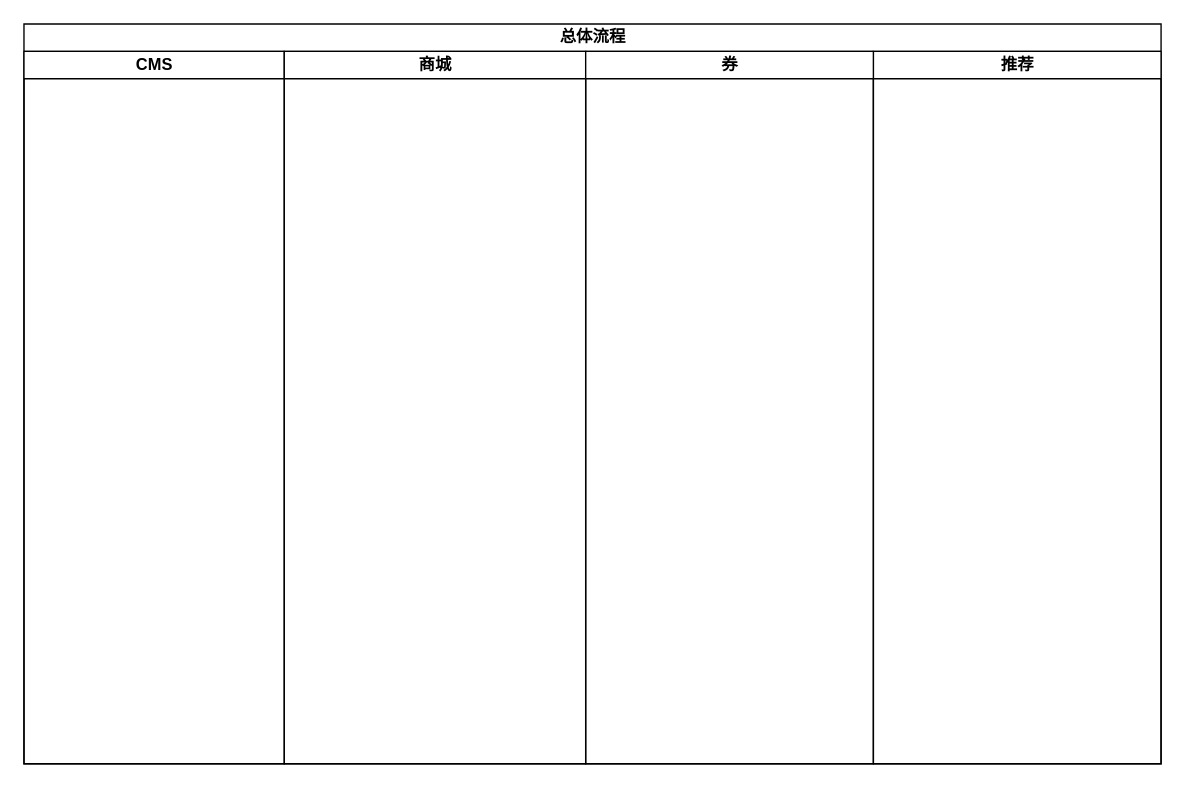
Above: 迭代/商城优惠券列表支持跳转/总体流程.drawio in gjie1991/draw (draw.io), before the change. Source tidied: cells renumbered, new cells numbered last; positions are measured from the earlier drawing's top-left corner, leaving out a move shared by most shapes. Both pictures are drawn from the tidied source at 137%, with x=0, y=0 at pixel (23, 23).
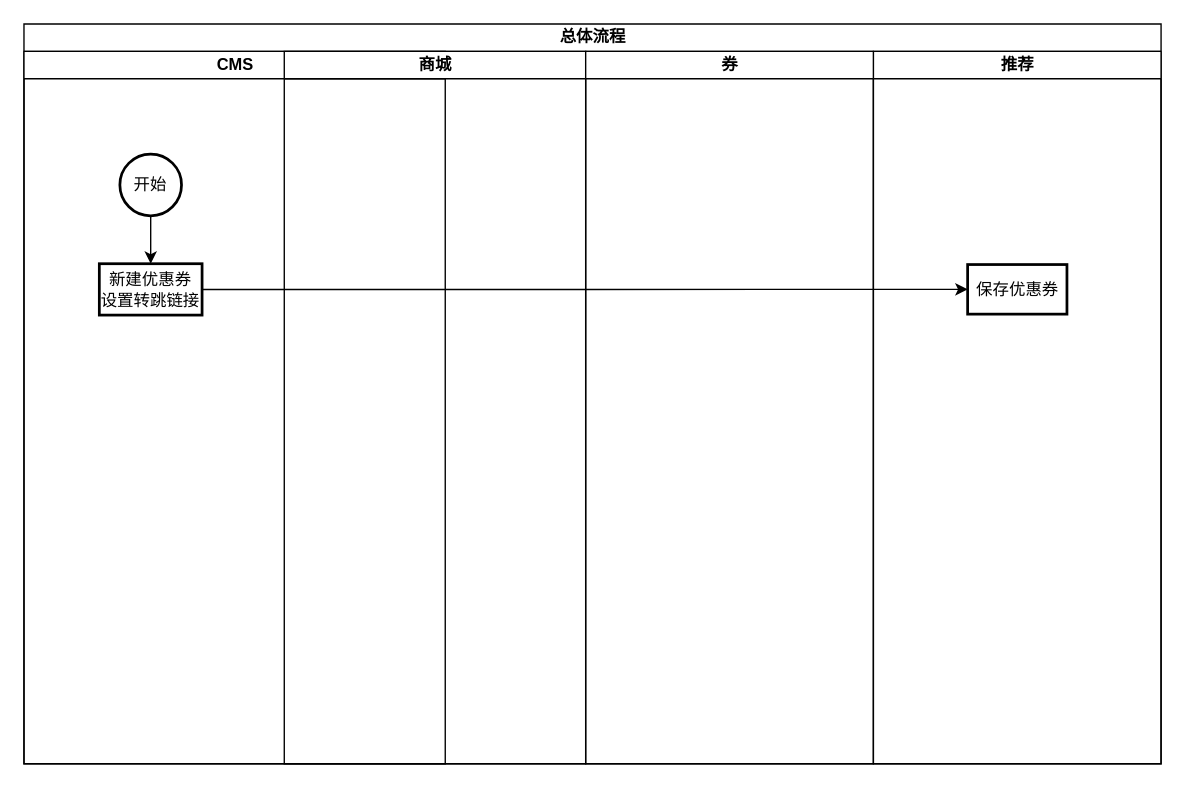
The same page after the edit.

Commit message (it also covers changes not shown here):
更新总体流程.drawio

Diff of the diagram source:
```diff
@@
 <mxGraphModel>
   <root>
     <mxCell id="0" />
     <mxCell id="1" parent="0" />
     <mxCell id="2" value="总体流程" style="swimlane;startSize=20;html=1;" parent="1" vertex="1">
       <mxGeometry width="830" height="540" as="geometry" />
     </mxCell>
     <mxCell id="3" value="推荐" style="swimlane;startSize=20;html=1;" parent="1" vertex="1">
       <mxGeometry x="620" y="20" width="210" height="520" as="geometry" />
     </mxCell>
+    <mxCell id="7" value="保存优惠券" style="whiteSpace=wrap;html=1;strokeWidth=2;" parent="3" vertex="1">
+      <mxGeometry x="68.8" y="155.6" width="72.5" height="36.2" as="geometry" />
+    </mxCell>
     <mxCell id="4" value="CMS" style="swimlane;startSize=20;html=1;" parent="1" vertex="1">
-      <mxGeometry y="20" width="190" height="520" as="geometry" />
+      <mxGeometry y="20" width="307.5" height="520" as="geometry" />
     </mxCell>
+    <mxCell id="8" style="edgeStyle=orthogonalEdgeStyle;rounded=0;jettySize=auto;html=1;" parent="4" edge="1" source="9" target="10">
+      <mxGeometry relative="1" as="geometry" />
+    </mxCell>
+    <mxCell id="9" value="开始" style="strokeWidth=2;html=1;shape=mxgraph.flowchart.start_2;whiteSpace=wrap;" parent="4" vertex="1">
+      <mxGeometry x="70" y="75" width="45" height="45" as="geometry" />
+    </mxCell>
+    <mxCell id="10" value="新建优惠券&lt;br&gt;设置转跳链接" style="whiteSpace=wrap;html=1;strokeWidth=2;" parent="4" vertex="1">
+      <mxGeometry x="55" y="155" width="75" height="37.5" as="geometry" />
+    </mxCell>
     <mxCell id="5" value="商城" style="swimlane;startSize=20;html=1;" parent="1" vertex="1">
       <mxGeometry x="190" y="20" width="220" height="520" as="geometry" />
     </mxCell>
     <mxCell id="6" value="券" style="swimlane;startSize=20;html=1;" parent="1" vertex="1">
       <mxGeometry x="410" y="20" width="210" height="520" as="geometry" />
     </mxCell>
+    <mxCell id="11" style="edgeStyle=orthogonalEdgeStyle;rounded=0;jettySize=auto;html=1;" parent="1" edge="1" source="10" target="7">
+      <mxGeometry relative="1" as="geometry" />
+    </mxCell>
   </root>
 </mxGraphModel>
```
